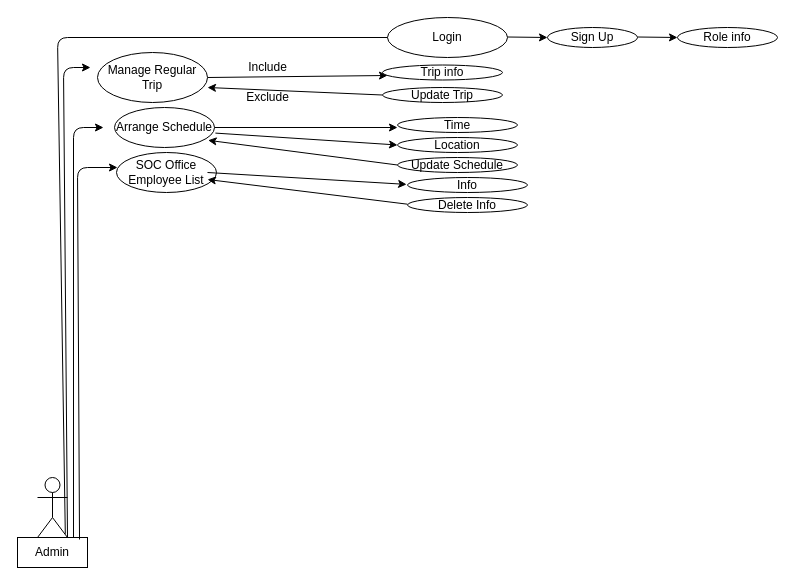
This is Untitled Diagram.drawio from SHIMAISRAFIL/Transport-Schedule, a draw.io file, before an edit. Source tidied: cells renumbered, new cells numbered last; positions are measured from the earlier drawing's top-left corner, leaving out a move shared by most shapes. Both pictures are drawn from the tidied source at 100%, with x=0, y=0 at pixel (17, 17).
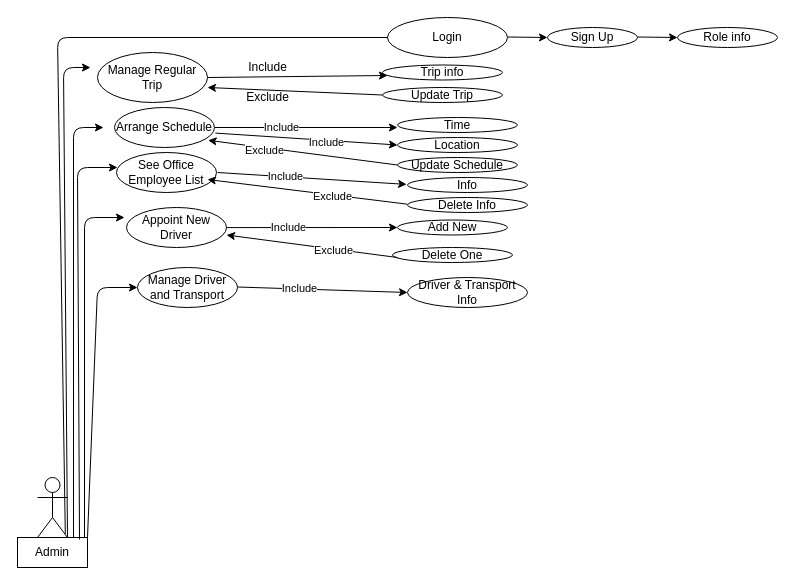
The same diagram, later.

The change refers to these unchanged cells:
```xml
<mxCell id="20" style="endArrow=classic;html=1;exitX=1;exitY=0.5;exitDx=0;exitDy=0;" parent="1" edge="1" source="5">
  <mxGeometry relative="1" as="geometry">
    <mxPoint x="380" y="110" as="targetPoint" />
  </mxGeometry>
</mxCell>
<mxCell id="23" style="endArrow=classic;html=1;exitX=1.009;exitY=0.64;exitDx=0;exitDy=0;exitPerimeter=0;entryX=0;entryY=0.5;entryDx=0;entryDy=0;" parent="1" edge="1" source="5" target="22">
  <mxGeometry relative="1" as="geometry" />
</mxCell>
<mxCell id="25" style="endArrow=classic;html=1;exitX=0;exitY=0.5;exitDx=0;exitDy=0;entryX=0.936;entryY=0.82;entryDx=0;entryDy=0;entryPerimeter=0;" parent="1" edge="1" target="5">
  <mxGeometry relative="1" as="geometry">
    <mxPoint x="380" y="147.5" as="sourcePoint" />
  </mxGeometry>
</mxCell>
<mxCell id="31" style="endArrow=classic;html=1;exitX=0;exitY=0.5;exitDx=0;exitDy=0;" parent="1" edge="1">
  <mxGeometry relative="1" as="geometry">
    <mxPoint x="390" y="186.7" as="sourcePoint" />
    <mxPoint x="190" y="162" as="targetPoint" />
  </mxGeometry>
</mxCell>
```

Diff of the diagram source:
```diff
@@
+    <mxCell id="32" value="Include" style="edgeLabel;html=1;align=center;verticalAlign=middle;" parent="20" vertex="1">
+      <mxGeometry x="-0.28" y="1" relative="1" as="geometry" />
+    </mxCell>
@@
+    <mxCell id="33" value="Include" style="edgeLabel;html=1;align=center;verticalAlign=middle;" parent="23" vertex="1">
+      <mxGeometry x="0.22" y="-2" relative="1" as="geometry" />
+    </mxCell>
@@
+    <mxCell id="34" value="Exclude" style="edgeLabel;html=1;align=center;verticalAlign=middle;" parent="25" vertex="1">
+      <mxGeometry x="0.4" y="2" relative="1" as="geometry" />
+    </mxCell>
@@
-    <mxCell id="27" value="SOC Office Employee List" style="ellipse;whiteSpace=wrap;html=1;" parent="1" vertex="1">
+    <mxCell id="27" value="See Office Employee List" style="ellipse;whiteSpace=wrap;html=1;" parent="1" vertex="1">
       <mxGeometry x="99" y="135" width="100" height="40" as="geometry" />
     </mxCell>
-    <mxCell id="28" style="endArrow=classic;html=1;exitX=1.009;exitY=0.64;exitDx=0;exitDy=0;exitPerimeter=0;entryX=0;entryY=0.5;entryDx=0;entryDy=0;" parent="1" edge="1">
+    <mxCell id="28" style="endArrow=classic;html=1;entryX=0;entryY=0.5;entryDx=0;entryDy=0;" parent="1" edge="1">
       <mxGeometry relative="1" as="geometry">
-        <mxPoint x="190" y="155" as="sourcePoint" />
+        <mxPoint x="200" y="155" as="sourcePoint" />
         <mxPoint x="389.1" y="166.9" as="targetPoint" />
       </mxGeometry>
     </mxCell>
+    <mxCell id="35" value="Include" style="edgeLabel;html=1;align=center;verticalAlign=middle;" parent="28" vertex="1">
+      <mxGeometry x="-0.28" y="1" relative="1" as="geometry" />
+    </mxCell>
@@
+    <mxCell id="36" value="Exclude" style="edgeLabel;html=1;align=center;verticalAlign=middle;" parent="31" vertex="1">
+      <mxGeometry x="-0.25" y="1" relative="1" as="geometry" />
+    </mxCell>
+    <mxCell id="37" value="Appoint New Driver" style="ellipse;whiteSpace=wrap;html=1;" parent="1" vertex="1">
+      <mxGeometry x="109" y="190" width="100" height="40" as="geometry" />
+    </mxCell>
+    <mxCell id="38" style="endArrow=classic;html=1;entryX=0.01;entryY=0.25;entryDx=0;entryDy=0;entryPerimeter=0;" parent="1" edge="1">
+      <mxGeometry relative="1" as="geometry">
+        <mxPoint x="67" y="520" as="sourcePoint" />
+        <mxPoint x="107" y="200" as="targetPoint" />
+        <Array as="points">
+          <mxPoint x="67" y="200" />
+        </Array>
+      </mxGeometry>
+    </mxCell>
+    <mxCell id="39" style="endArrow=classic;html=1;" parent="1" edge="1">
+      <mxGeometry relative="1" as="geometry">
+        <mxPoint x="209" y="210.1" as="sourcePoint" />
+        <mxPoint x="380" y="210" as="targetPoint" />
+      </mxGeometry>
+    </mxCell>
+    <mxCell id="40" value="Include" style="edgeLabel;html=1;align=center;verticalAlign=middle;" parent="39" vertex="1">
+      <mxGeometry x="-0.28" y="1" relative="1" as="geometry" />
+    </mxCell>
+    <mxCell id="41" value="Add New" style="ellipse;whiteSpace=wrap;html=1;" parent="1" vertex="1">
+      <mxGeometry x="380" y="202.5" width="110" height="15" as="geometry" />
+    </mxCell>
+    <mxCell id="42" value="Delete One" style="ellipse;whiteSpace=wrap;html=1;" parent="1" vertex="1">
+      <mxGeometry x="375" y="230" width="120" height="15" as="geometry" />
+    </mxCell>
+    <mxCell id="43" style="endArrow=classic;html=1;" parent="1" edge="1">
+      <mxGeometry relative="1" as="geometry">
+        <mxPoint x="380" y="240" as="sourcePoint" />
+        <mxPoint x="209" y="217.5" as="targetPoint" />
+      </mxGeometry>
+    </mxCell>
+    <mxCell id="44" value="Exclude" style="edgeLabel;html=1;align=center;verticalAlign=middle;" parent="43" vertex="1">
+      <mxGeometry x="-0.25" y="1" relative="1" as="geometry" />
+    </mxCell>
+    <mxCell id="45" style="endArrow=classic;html=1;" parent="1" edge="1">
+      <mxGeometry relative="1" as="geometry">
+        <mxPoint x="70" y="520" as="sourcePoint" />
+        <mxPoint x="120" y="270" as="targetPoint" />
+        <Array as="points">
+          <mxPoint x="80" y="270" />
+        </Array>
+      </mxGeometry>
+    </mxCell>
+    <mxCell id="46" value="Manage Driver and Transport" style="ellipse;whiteSpace=wrap;html=1;" parent="1" vertex="1">
+      <mxGeometry x="120" y="250" width="100" height="40" as="geometry" />
+    </mxCell>
+    <mxCell id="47" style="endArrow=classic;html=1;entryX=0;entryY=0.5;entryDx=0;entryDy=0;" parent="1" edge="1" target="49">
+      <mxGeometry relative="1" as="geometry">
+        <mxPoint x="220" y="269.5" as="sourcePoint" />
+      </mxGeometry>
+    </mxCell>
+    <mxCell id="48" value="Include" style="edgeLabel;html=1;align=center;verticalAlign=middle;" parent="47" vertex="1">
+      <mxGeometry x="-0.28" y="1" relative="1" as="geometry" />
+    </mxCell>
+    <mxCell id="49" value="Driver &amp;amp; Transport Info" style="ellipse;whiteSpace=wrap;html=1;" parent="1" vertex="1">
+      <mxGeometry x="390" y="260" width="120" height="30" as="geometry" />
+    </mxCell>
```
